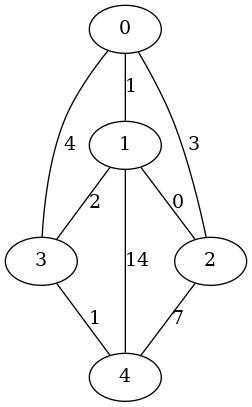
Earlier version of the Graphviz export algorithm_visualizer/src/save/tmp/ucgraph.png (Les-Alchimistes-Labs/AlgorithmVisualizer). Its source is kept beside it as algorithm_visualizer/src/save/tmp/ucgraph.dot.
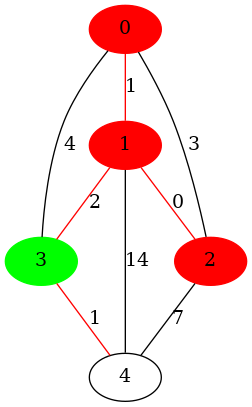
After the commit.

What changed in the source:
```diff
@@ -1,15 +1,15 @@
 graph ucgraph { // 5
-n0--n1 [label = 1] // 0 1 1
+n0--n1 [label = 1 ,color = red] // 0 1 1
 n0--n2 [label = 3] // 0 2 3
 n0--n3 [label = 4] // 0 3 4
-n1--n2 [label = 0] // 1 2 0
-n1--n3 [label = 2] // 1 3 2
+n1--n2 [label = 0 ,color = red] // 1 2 0
+n1--n3 [label = 2 ,color = red] // 1 3 2
 n1--n4 [label = 14] // 1 4 14
 n2--n4 [label = 7] // 2 4 7
-n3--n4 [label = 1] // 3 4 1
-n0 [label="0"]
-n1 [label="1"]
-n2 [label="2"]
-n3 [label="3"]
+n3--n4 [label = 1 ,color = red] // 3 4 1
+n0 [label="0", style = filled , color = red ]
+n1 [label="1", style = filled , color = red ]
+n2 [label="2", style = filled , color = red ]
+n3 [label="3", style = filled , color = green ]
 n4 [label="4"]
 }
```
